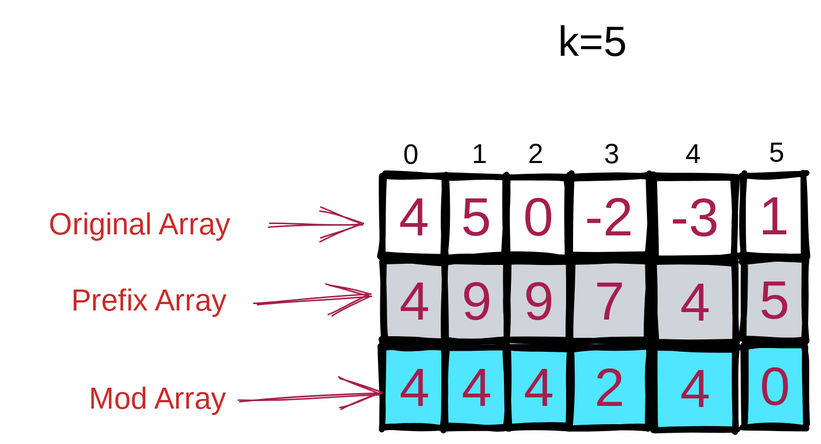
Before: .gitbook/assets/file.excalidraw.svg, a diagram exported from Excalidraw (chkrishnatej/leetcode-problem-patterns). Source tidied: one line per element, renumbered; positions are measured from the earlier drawing's top-left corner, leaving out a move shared by most shapes.
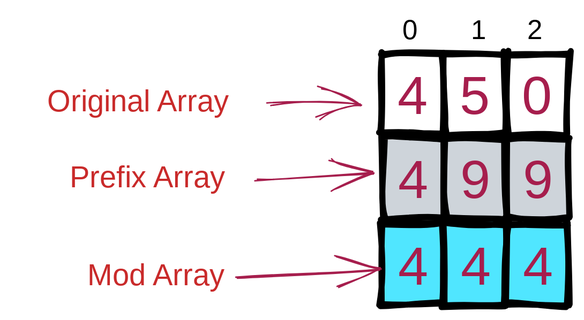
The same diagram one commit later.

Diff of the diagram source:
```diff
@@ -1,49 +1,27 @@
-{"id": 0, "type": "rectangle", "strokeColor": "#000000", "strokeWidth": 4, "roughness": 1, "x": 245, "y": 107, "width": 41, "height": 54}
-{"id": 1, "type": "text", "text": "4", "strokeColor": "#a61e4d", "strokeWidth": 1, "roughness": 1, "fontSize": 36, "fontFamily": 3, "textAlign": "center", "verticalAlign": "middle", "inside": 0, "x": 254, "y": 113, "width": 23, "height": 42}
-{"id": 2, "type": "rectangle", "strokeColor": "#000000", "backgroundColor": "#ced4da", "fillStyle": "solid", "strokeWidth": 4, "roughness": 1, "x": 246, "y": 163, "width": 41, "height": 54}
-{"id": 3, "type": "text", "text": "4", "strokeColor": "#a61e4d", "backgroundColor": "#ced4da", "fillStyle": "solid", "strokeWidth": 1, "roughness": 1, "fontSize": 36, "fontFamily": 3, "textAlign": "center", "verticalAlign": "middle", "inside": 2, "x": 255, "y": 169, "width": 23, "height": 42}
-{"id": 4, "type": "rectangle", "strokeColor": "#000000", "backgroundColor": "#50e6ff", "fillStyle": "solid", "strokeWidth": 4, "roughness": 1, "x": 246, "y": 221, "width": 41, "height": 54}
-{"id": 5, "type": "text", "text": "4", "strokeColor": "#a61e4d", "backgroundColor": "#50e6ff", "fillStyle": "solid", "strokeWidth": 1, "roughness": 1, "fontSize": 36, "fontFamily": 3, "textAlign": "center", "verticalAlign": "middle", "inside": 4, "x": 255, "y": 227, "width": 23, "height": 42}
-{"id": 6, "type": "rectangle", "strokeColor": "#000000", "strokeWidth": 4, "roughness": 1, "x": 287, "y": 107, "width": 41, "height": 54}
-{"id": 7, "type": "text", "text": "5", "strokeColor": "#a61e4d", "strokeWidth": 1, "roughness": 1, "fontSize": 36, "fontFamily": 3, "textAlign": "center", "verticalAlign": "middle", "inside": 6, "x": 296, "y": 113, "width": 23, "height": 42}
-{"id": 8, "type": "rectangle", "strokeColor": "#000000", "backgroundColor": "#ced4da", "fillStyle": "solid", "strokeWidth": 4, "roughness": 1, "x": 287, "y": 164, "width": 41, "height": 54}
-{"id": 9, "type": "text", "text": "9", "strokeColor": "#a61e4d", "strokeWidth": 1, "roughness": 1, "fontSize": 36, "fontFamily": 3, "textAlign": "center", "verticalAlign": "middle", "inside": 8, "x": 296, "y": 169, "width": 23, "height": 42}
-{"id": 10, "type": "rectangle", "strokeColor": "#000000", "backgroundColor": "#50e6ff", "fillStyle": "solid", "strokeWidth": 4, "roughness": 1, "x": 287, "y": 221, "width": 41, "height": 54}
-{"id": 11, "type": "text", "text": "4", "strokeColor": "#a61e4d", "strokeWidth": 1, "roughness": 1, "fontSize": 36, "fontFamily": 3, "textAlign": "center", "verticalAlign": "middle", "inside": 10, "x": 296, "y": 227, "width": 23, "height": 42}
-{"id": 12, "type": "rectangle", "strokeColor": "#000000", "strokeWidth": 4, "roughness": 1, "x": 328, "y": 107, "width": 41, "height": 54}
-{"id": 13, "type": "text", "text": "0", "strokeColor": "#a61e4d", "strokeWidth": 1, "roughness": 1, "fontSize": 36, "fontFamily": 3, "textAlign": "center", "verticalAlign": "middle", "inside": 12, "x": 337, "y": 113, "width": 23, "height": 42}
-{"id": 14, "type": "rectangle", "strokeColor": "#000000", "backgroundColor": "#ced4da", "fillStyle": "solid", "strokeWidth": 4, "roughness": 1, "x": 329, "y": 164, "width": 41, "height": 54}
-{"id": 15, "type": "text", "text": "9", "strokeColor": "#a61e4d", "strokeWidth": 1, "roughness": 1, "fontSize": 36, "fontFamily": 3, "textAlign": "center", "verticalAlign": "middle", "inside": 14, "x": 338, "y": 169, "width": 23, "height": 42}
-{"id": 16, "type": "rectangle", "strokeColor": "#000000", "backgroundColor": "#50e6ff", "fillStyle": "solid", "strokeWidth": 4, "roughness": 1, "x": 329, "y": 221, "width": 41, "height": 54}
-{"id": 17, "type": "text", "text": "4", "strokeColor": "#a61e4d", "strokeWidth": 1, "roughness": 1, "fontSize": 36, "fontFamily": 3, "textAlign": "center", "verticalAlign": "middle", "inside": 16, "x": 338, "y": 227, "width": 23, "height": 42}
-{"id": 18, "type": "rectangle", "strokeColor": "#000000", "strokeWidth": 4, "roughness": 1, "x": 369, "y": 107, "width": 54, "height": 54}
-{"id": 19, "type": "text", "text": "-2", "strokeColor": "#a61e4d", "strokeWidth": 1, "roughness": 1, "fontSize": 36, "fontFamily": 3, "textAlign": "center", "verticalAlign": "middle", "inside": 18, "x": 374, "y": 113, "width": 44, "height": 42}
-{"id": 20, "type": "rectangle", "strokeColor": "#000000", "backgroundColor": "#ced4da", "fillStyle": "solid", "strokeWidth": 4, "roughness": 1, "x": 370, "y": 164, "width": 53, "height": 54}
-{"id": 21, "type": "text", "text": "7", "strokeColor": "#a61e4d", "strokeWidth": 1, "roughness": 1, "fontSize": 36, "fontFamily": 3, "textAlign": "center", "verticalAlign": "middle", "inside": 20, "x": 385, "y": 169, "width": 23, "height": 42}
-{"id": 22, "type": "rectangle", "strokeColor": "#000000", "backgroundColor": "#50e6ff", "fillStyle": "solid", "strokeWidth": 4, "roughness": 1, "x": 370, "y": 221, "width": 53, "height": 54}
-{"id": 23, "type": "text", "text": "2", "strokeColor": "#a61e4d", "strokeWidth": 1, "roughness": 1, "fontSize": 36, "fontFamily": 3, "textAlign": "center", "verticalAlign": "middle", "inside": 22, "x": 385, "y": 227, "width": 23, "height": 42}
-{"id": 24, "type": "rectangle", "strokeColor": "#000000", "strokeWidth": 4, "roughness": 1, "x": 426, "y": 108, "width": 55, "height": 54}
-{"id": 25, "type": "text", "text": "-3", "strokeColor": "#a61e4d", "strokeWidth": 1, "roughness": 1, "fontSize": 36, "fontFamily": 3, "textAlign": "center", "verticalAlign": "middle", "inside": 24, "x": 431, "y": 113, "width": 44, "height": 42}
-{"id": 26, "type": "rectangle", "strokeColor": "#000000", "backgroundColor": "#ced4da", "fillStyle": "solid", "strokeWidth": 4, "roughness": 1, "x": 426, "y": 164, "width": 55, "height": 54}
-{"id": 27, "type": "text", "text": "4", "strokeColor": "#a61e4d", "strokeWidth": 1, "roughness": 1, "fontSize": 36, "fontFamily": 3, "textAlign": "center", "verticalAlign": "middle", "inside": 26, "x": 442, "y": 170, "width": 23, "height": 42}
-{"id": 28, "type": "rectangle", "strokeColor": "#000000", "backgroundColor": "#50e6ff", "fillStyle": "solid", "strokeWidth": 4, "roughness": 1, "x": 426, "y": 222, "width": 55, "height": 54}
-{"id": 29, "type": "text", "text": "4", "strokeColor": "#a61e4d", "strokeWidth": 1, "roughness": 1, "fontSize": 36, "fontFamily": 3, "textAlign": "center", "verticalAlign": "middle", "inside": 28, "x": 442, "y": 227, "width": 23, "height": 42}
-{"id": 30, "type": "rectangle", "strokeColor": "#000000", "strokeWidth": 4, "roughness": 1, "x": 486, "y": 107, "width": 41, "height": 54}
-{"id": 31, "type": "text", "text": "1", "strokeColor": "#a61e4d", "strokeWidth": 1, "roughness": 1, "fontSize": 36, "fontFamily": 3, "textAlign": "center", "verticalAlign": "middle", "inside": 30, "x": 495, "y": 112, "width": 23, "height": 42}
-{"id": 32, "type": "rectangle", "strokeColor": "#000000", "backgroundColor": "#ced4da", "fillStyle": "solid", "strokeWidth": 4, "roughness": 1, "x": 486, "y": 163, "width": 41, "height": 54}
-{"id": 33, "type": "text", "text": "5", "strokeColor": "#a61e4d", "strokeWidth": 1, "roughness": 1, "fontSize": 36, "fontFamily": 3, "textAlign": "center", "verticalAlign": "middle", "inside": 32, "x": 495, "y": 168, "width": 23, "height": 42}
-{"id": 34, "type": "rectangle", "strokeColor": "#000000", "backgroundColor": "#50e6ff", "fillStyle": "solid", "strokeWidth": 4, "roughness": 1, "x": 486, "y": 221, "width": 41, "height": 54}
-{"id": 35, "type": "text", "text": "0", "strokeColor": "#a61e4d", "strokeWidth": 1, "roughness": 1, "fontSize": 36, "fontFamily": 3, "textAlign": "center", "verticalAlign": "middle", "inside": 34, "x": 495, "y": 226, "width": 23, "height": 42}
-{"id": 36, "type": "text", "text": "0", "strokeColor": "#000000", "strokeWidth": 4, "roughness": 2, "fontSize": 18.36, "fontFamily": 1, "x": 259, "y": 82, "width": 15, "height": 24}
-{"id": 37, "type": "text", "text": "1", "strokeColor": "#000000", "strokeWidth": 4, "roughness": 2, "fontSize": 18.36, "fontFamily": 1, "x": 305, "y": 82, "width": 7, "height": 24}
-{"id": 38, "type": "text", "text": "2", "strokeColor": "#000000", "strokeWidth": 4, "roughness": 2, "fontSize": 18.36, "fontFamily": 1, "x": 342, "y": 82, "width": 15, "height": 24}
-{"id": 39, "type": "text", "text": "3", "strokeColor": "#000000", "strokeWidth": 4, "roughness": 2, "fontSize": 18.36, "fontFamily": 1, "x": 393, "y": 82, "width": 15, "height": 24}
-{"id": 40, "type": "text", "text": "4", "strokeColor": "#000000", "strokeWidth": 4, "roughness": 2, "fontSize": 18.36, "fontFamily": 1, "x": 447, "y": 82, "width": 14, "height": 24}
-{"id": 41, "type": "text", "text": "5", "strokeColor": "#000000", "strokeWidth": 4, "roughness": 2, "fontSize": 18.36, "fontFamily": 1, "x": 503, "y": 81, "width": 13, "height": 24}
+{"id": 49, "type": "rectangle", "strokeColor": "#000000", "strokeWidth": 4, "roughness": 1, "x": 239, "y": 92, "width": 41, "height": 54}
+{"id": 50, "type": "text", "text": "4", "strokeColor": "#a61e4d", "strokeWidth": 1, "roughness": 1, "fontSize": 36, "fontFamily": 3, "textAlign": "center", "verticalAlign": "middle", "inside": 49, "x": 249, "y": 97, "width": 21, "height": 43}
+{"id": 51, "type": "rectangle", "strokeColor": "#000000", "backgroundColor": "#ced4da", "fillStyle": "solid", "strokeWidth": 4, "roughness": 1, "x": 239, "y": 148, "width": 41, "height": 54}
+{"id": 52, "type": "text", "text": "4", "strokeColor": "#a61e4d", "backgroundColor": "#ced4da", "fillStyle": "solid", "strokeWidth": 1, "roughness": 1, "fontSize": 36, "fontFamily": 3, "textAlign": "center", "verticalAlign": "middle", "inside": 51, "x": 250, "y": 153, "width": 21, "height": 43}
+{"id": 53, "type": "rectangle", "strokeColor": "#000000", "backgroundColor": "#50e6ff", "fillStyle": "solid", "strokeWidth": 4, "roughness": 1, "x": 239, "y": 206, "width": 41, "height": 54}
+{"id": 54, "type": "text", "text": "4", "strokeColor": "#a61e4d", "backgroundColor": "#50e6ff", "fillStyle": "solid", "strokeWidth": 1, "roughness": 1, "fontSize": 36, "fontFamily": 3, "textAlign": "center", "verticalAlign": "middle", "inside": 53, "x": 249, "y": 211, "width": 21, "height": 43}
+{"id": 55, "type": "rectangle", "strokeColor": "#000000", "strokeWidth": 4, "roughness": 1, "x": 280, "y": 92, "width": 41, "height": 54}
+{"id": 56, "type": "text", "text": "5", "strokeColor": "#a61e4d", "strokeWidth": 1, "roughness": 1, "fontSize": 36, "fontFamily": 3, "textAlign": "center", "verticalAlign": "middle", "inside": 55, "x": 291, "y": 97, "width": 21, "height": 43}
+{"id": 57, "type": "rectangle", "strokeColor": "#000000", "backgroundColor": "#ced4da", "fillStyle": "solid", "strokeWidth": 4, "roughness": 1, "x": 281, "y": 148, "width": 41, "height": 54}
+{"id": 58, "type": "text", "text": "9", "strokeColor": "#a61e4d", "strokeWidth": 1, "roughness": 1, "fontSize": 36, "fontFamily": 3, "textAlign": "center", "verticalAlign": "middle", "inside": 57, "x": 291, "y": 154, "width": 21, "height": 43}
+{"id": 59, "type": "rectangle", "strokeColor": "#000000", "backgroundColor": "#50e6ff", "fillStyle": "solid", "strokeWidth": 4, "roughness": 1, "x": 281, "y": 206, "width": 41, "height": 54}
+{"id": 60, "type": "text", "text": "4", "strokeColor": "#a61e4d", "strokeWidth": 1, "roughness": 1, "fontSize": 36, "fontFamily": 3, "textAlign": "center", "verticalAlign": "middle", "inside": 59, "x": 291, "y": 211, "width": 21, "height": 43}
+{"id": 61, "type": "rectangle", "strokeColor": "#000000", "strokeWidth": 4, "roughness": 1, "x": 322, "y": 92, "width": 41, "height": 54}
+{"id": 62, "type": "text", "text": "0", "strokeColor": "#a61e4d", "strokeWidth": 1, "roughness": 1, "fontSize": 36, "fontFamily": 3, "textAlign": "center", "verticalAlign": "middle", "inside": 61, "x": 332, "y": 97, "width": 21, "height": 43}
+{"id": 63, "type": "rectangle", "strokeColor": "#000000", "backgroundColor": "#ced4da", "fillStyle": "solid", "strokeWidth": 4, "roughness": 1, "x": 322, "y": 148, "width": 41, "height": 54}
+{"id": 64, "type": "text", "text": "9", "strokeColor": "#a61e4d", "strokeWidth": 1, "roughness": 1, "fontSize": 36, "fontFamily": 3, "textAlign": "center", "verticalAlign": "middle", "inside": 63, "x": 332, "y": 154, "width": 21, "height": 43}
+{"id": 65, "type": "rectangle", "strokeColor": "#000000", "backgroundColor": "#50e6ff", "fillStyle": "solid", "strokeWidth": 4, "roughness": 1, "x": 322, "y": 206, "width": 41, "height": 54}
+{"id": 66, "type": "text", "text": "4", "strokeColor": "#a61e4d", "strokeWidth": 1, "roughness": 1, "fontSize": 36, "fontFamily": 3, "textAlign": "center", "verticalAlign": "middle", "inside": 65, "x": 333, "y": 211, "width": 21, "height": 43}
+{"id": 67, "type": "text", "text": "0", "strokeColor": "#000000", "strokeWidth": 4, "roughness": 2, "fontSize": 18.36, "fontFamily": 1, "x": 253, "y": 66, "width": 13, "height": 23}
+{"id": 68, "type": "text", "text": "1", "strokeColor": "#000000", "strokeWidth": 4, "roughness": 2, "fontSize": 18.36, "fontFamily": 1, "x": 298, "y": 66, "width": 5, "height": 23}
+{"id": 69, "type": "text", "text": "2", "strokeColor": "#000000", "strokeWidth": 4, "roughness": 2, "fontSize": 18.36, "fontFamily": 1, "x": 336, "y": 66, "width": 13, "height": 23}
-{"id": 42, "type": "text", "text": "Original Array", "strokeColor": "#c92a2a", "strokeWidth": 1, "roughness": 1, "fontSize": 20, "fontFamily": 3, "textAlign": "center", "x": 0, "y": 126, "width": 166, "height": 24}
+{"id": 42, "type": "text", "text": "Original Array", "strokeColor": "#c92a2a", "strokeWidth": 1, "roughness": 1, "fontSize": 20, "fontFamily": 3, "textAlign": "center", "x": -5, "y": 111, "width": 164, "height": 24}
-{"id": 43, "type": "text", "text": "Prefix Array", "strokeColor": "#c92a2a", "strokeWidth": 1, "roughness": 1, "fontSize": 20, "fontFamily": 3, "textAlign": "center", "x": 17, "y": 177, "width": 143, "height": 24}
+{"id": 43, "type": "text", "text": "Prefix Array", "strokeColor": "#c92a2a", "strokeWidth": 1, "roughness": 1, "fontSize": 20, "fontFamily": 3, "textAlign": "center", "x": 12, "y": 161, "width": 141, "height": 24}
-{"id": 44, "type": "text", "text": "Mod Array", "strokeColor": "#c92a2a", "strokeWidth": 1, "roughness": 1, "fontSize": 20, "fontFamily": 3, "textAlign": "center", "x": 41, "y": 242, "width": 107, "height": 24}
+{"id": 44, "type": "text", "text": "Mod Array", "strokeColor": "#c92a2a", "strokeWidth": 1, "roughness": 1, "fontSize": 20, "fontFamily": 3, "textAlign": "center", "x": 36, "y": 227, "width": 105, "height": 24}
-{"id": 45, "type": "arrow", "strokeColor": "#a61e4d", "strokeWidth": 1, "roughness": 1, "endArrowhead": "arrow", "from": 42, "to": 0, "x": 170, "y": 140, "width": 62, "height": 0, "points": [[0, 0], [62, 0]]}
-{"id": 46, "type": "arrow", "strokeColor": "#a61e4d", "strokeWidth": 1, "roughness": 1, "endArrowhead": "arrow", "from": 43, "to": 2, "x": 161, "y": 192, "width": 78, "height": 5, "points": [[0, 0], [78, -5]]}
-{"id": 47, "type": "arrow", "strokeColor": "#a61e4d", "strokeWidth": 1, "roughness": 1, "endArrowhead": "arrow", "from": 44, "to": 4, "x": 149, "y": 258, "width": 95, "height": 6, "points": [[0, 0], [95, -6]]}
-{"id": 48, "type": "text", "text": "k=5", "strokeColor": "#000", "backgroundColor": "#ced4da", "fillStyle": "solid", "strokeWidth": 1, "roughness": 0, "fontSize": 28, "fontFamily": 3, "textAlign": "center", "x": 359, "y": 0, "width": 51, "height": 34}
+{"id": 70, "type": "arrow", "strokeColor": "#a61e4d", "strokeWidth": 1, "roughness": 1, "endArrowhead": "arrow", "from": 42, "to": 49, "x": 163, "y": 125, "width": 62, "height": 0, "points": [[0, 0], [62, 0]]}
+{"id": 71, "type": "arrow", "strokeColor": "#a61e4d", "strokeWidth": 1, "roughness": 1, "endArrowhead": "arrow", "from": 43, "to": 51, "x": 154, "y": 177, "width": 78, "height": 5, "points": [[0, 0], [78, -5]]}
+{"id": 72, "type": "arrow", "strokeColor": "#a61e4d", "strokeWidth": 1, "roughness": 1, "endArrowhead": "arrow", "from": 44, "to": 53, "x": 143, "y": 243, "width": 95, "height": 6, "points": [[0, 0], [95, -6]]}
```
